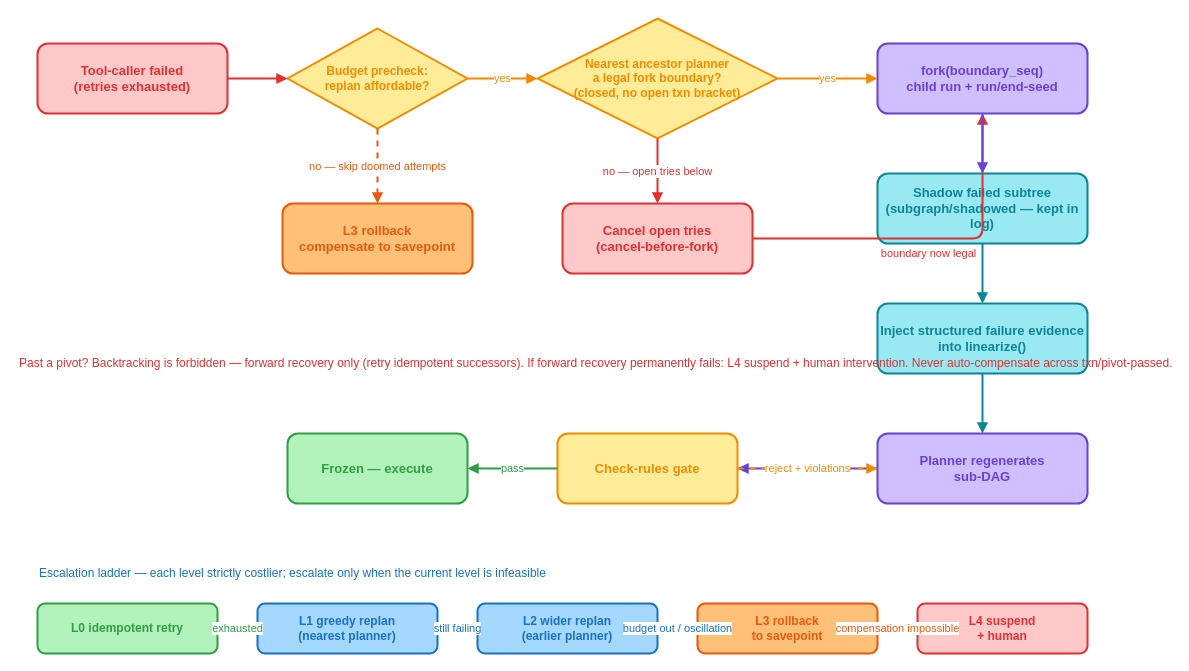
Before: doc/design/diagrams/replan-flow.drawio in linuxb/flory-ai, a draw.io diagram. Source tidied: cells renumbered, new cells numbered last; positions are measured from the earlier drawing's top-left corner, leaving out a move shared by most shapes. Both pictures are drawn from the tidied source at 100%, with x=0, y=0 at pixel (17, 18).
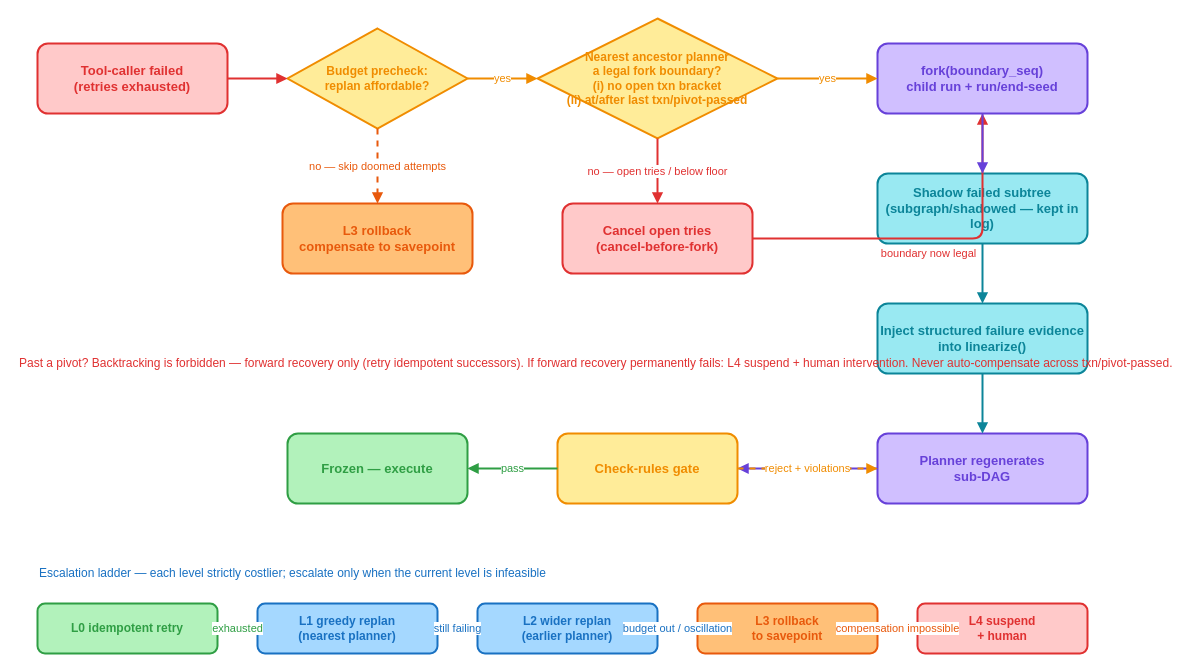
The same diagram, later.

Commit message (it also covers changes not shown here):
Add validation harness design and tighten backtrack-floor semantics

The change refers to these unchanged cells:
```xml
<mxCell id="5" value="Cancel open tries&lt;br&gt;(cancel-before-fork)" style="rounded=1;whiteSpace=wrap;html=1;fillColor=#FFC9C9;strokeColor=#E03131;fontColor=#E03131;fontSize=13;fontStyle=1;strokeWidth=2;fontFamily=LXGW WenKai TC;" parent="1" vertex="1">
  <mxGeometry x="545" y="185" width="190" height="70" as="geometry" />
</mxCell>
```

Change to the diagram source:
```diff
@@
-    <mxCell id="4" value="Nearest ancestor planner&lt;br&gt;a legal fork boundary?&lt;br&gt;(closed, no open txn bracket)" style="rhombus;whiteSpace=wrap;html=1;fillColor=#FFEC99;strokeColor=#F08C00;fontColor=#F08C00;fontSize=12;fontStyle=1;strokeWidth=2;fontFamily=LXGW WenKai TC;" parent="1" vertex="1">
+    <mxCell id="4" value="Nearest ancestor planner&lt;br&gt;a legal fork boundary?&lt;br&gt;(i) no open txn bracket&lt;br&gt;(ii) at/after last txn/pivot-passed" style="rhombus;whiteSpace=wrap;html=1;fillColor=#FFEC99;strokeColor=#F08C00;fontColor=#F08C00;fontSize=12;fontStyle=1;strokeWidth=2;fontFamily=LXGW WenKai TC;" parent="1" vertex="1">
       <mxGeometry x="520" width="240" height="120" as="geometry" />
     </mxCell>
@@
-    <mxCell id="17" value="no — open tries below" style="edgeStyle=orthogonalEdgeStyle;rounded=1;html=1;strokeColor=#E03131;strokeWidth=2;fontColor=#E03131;endArrow=block;fontFamily=LXGW WenKai TC;" parent="1" edge="1" source="4" target="5">
+    <mxCell id="17" value="no — open tries / below floor" style="edgeStyle=orthogonalEdgeStyle;rounded=1;html=1;strokeColor=#E03131;strokeWidth=2;fontColor=#E03131;endArrow=block;fontFamily=LXGW WenKai TC;" parent="1" edge="1" source="4" target="5">
       <mxGeometry relative="1" as="geometry" />
     </mxCell>
```
